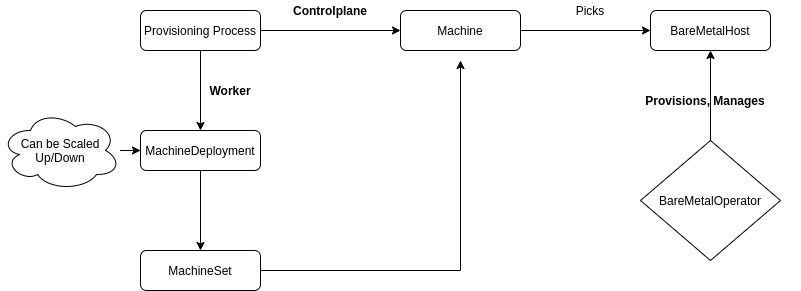
Earlier version of the draw.io export assets/2020-05-30-Metal3-Cluster-Deployment/metal3-bmetal-arch-overview.png (hroyrh/metal3-io.github.io). Source tidied: cells renumbered, new cells last; positions are measured from the earlier drawing's top-left corner, leaving out a move shared by most shapes.
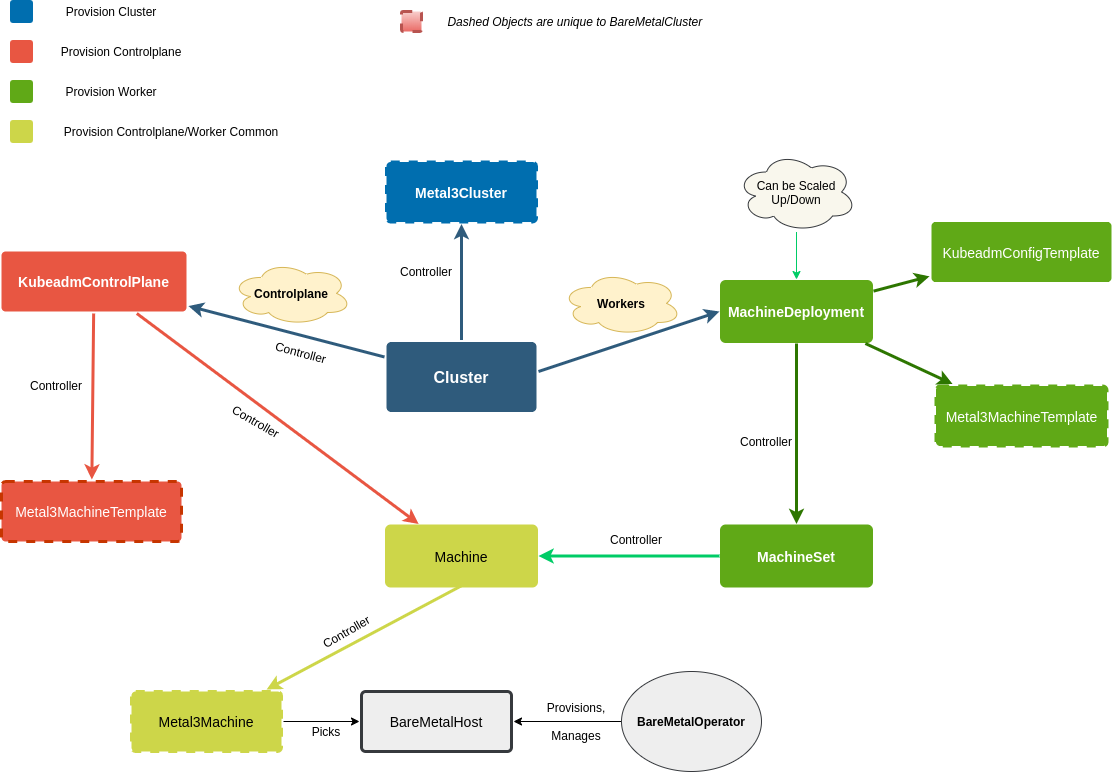
After the change.

What changed in the source:
```diff
@@ -1,62 +1,151 @@
-<mxGraphModel>
+<mxGraphModel background="#ffffff">
   <root>
-    <mxCell id="0" />
-    <mxCell id="1" parent="0" />
-    <mxCell id="2" style="edgeStyle=orthogonalEdgeStyle;rounded=0;jettySize=auto;html=1;" parent="1" edge="1" source="4" target="10">
-      <mxGeometry relative="1" as="geometry" />
-    </mxCell>
-    <mxCell id="3" style="edgeStyle=orthogonalEdgeStyle;rounded=0;jettySize=auto;html=1;" parent="1" edge="1" source="4" target="6">
-      <mxGeometry relative="1" as="geometry" />
-    </mxCell>
-    <mxCell id="4" value="Provisioning Process" style="rounded=1;whiteSpace=wrap;html=1;fontSize=12;glass=0;strokeWidth=1;shadow=0;" parent="1" vertex="1">
-      <mxGeometry x="140" y="10" width="120" height="40" as="geometry" />
-    </mxCell>
+    <mxCell id="20" />
+    <mxCell id="21" parent="20" />
+    <mxCell id="22" style="edgeStyle=none;rounded=0;jumpStyle=none;html=1;shadow=0;labelBackgroundColor=none;startArrow=none;startFill=0;endArrow=classic;endFill=1;jettySize=auto;strokeColor=#2F5B7C;strokeWidth=3;fontFamily=Helvetica;fontSize=16;fontColor=#23445D;spacing=5;" parent="21" edge="1" source="25" target="32">
+      <mxGeometry relative="1" as="geometry" />
+    </mxCell>
+    <mxCell id="23" style="edgeStyle=none;rounded=0;jumpStyle=none;html=1;shadow=0;labelBackgroundColor=none;startArrow=none;startFill=0;endArrow=classic;endFill=1;jettySize=auto;strokeColor=#2F5B7C;strokeWidth=3;fontFamily=Helvetica;fontSize=16;fontColor=#23445D;spacing=5;entryX=0;entryY=0.5;entryDx=0;entryDy=0;" parent="21" edge="1" target="6">
+      <mxGeometry relative="1" as="geometry">
+        <mxPoint x="627" y="340" as="sourcePoint" />
+      </mxGeometry>
+    </mxCell>
+    <mxCell id="24" style="edgeStyle=none;rounded=0;jumpStyle=none;html=1;shadow=0;labelBackgroundColor=none;startArrow=none;startFill=0;endArrow=classic;endFill=1;jettySize=auto;strokeColor=#2F5B7C;strokeWidth=3;fontFamily=Helvetica;fontSize=16;fontColor=#23445D;spacing=5;" parent="21" edge="1" source="25" target="28">
+      <mxGeometry relative="1" as="geometry" />
+    </mxCell>
+    <mxCell id="25" value="Cluster" style="rounded=1;whiteSpace=wrap;html=1;shadow=0;labelBackgroundColor=none;strokeColor=none;strokeWidth=3;fillColor=#2F5B7C;fontFamily=Helvetica;fontSize=16;fontColor=#FFFFFF;align=center;fontStyle=1;spacing=5;arcSize=7;perimeterSpacing=2;rotation=0;" parent="21" vertex="1">
+      <mxGeometry x="475" y="310.5" width="150" height="70" as="geometry" />
+    </mxCell>
+    <mxCell id="26" style="edgeStyle=none;rounded=1;jumpStyle=none;html=1;shadow=0;labelBackgroundColor=none;startArrow=none;startFill=0;jettySize=auto;strokeColor=#E85642;strokeWidth=3;fontFamily=Helvetica;fontSize=14;fontColor=#FFFFFF;spacing=5;fontStyle=1;fillColor=#b0e3e6;" parent="21" edge="1" source="28" target="31">
+      <mxGeometry relative="1" as="geometry" />
+    </mxCell>
+    <mxCell id="27" style="edgeStyle=none;rounded=1;jumpStyle=none;html=1;shadow=0;labelBackgroundColor=none;startArrow=none;startFill=0;jettySize=auto;strokeColor=#E85642;strokeWidth=3;fontFamily=Helvetica;fontSize=14;fontColor=#FFFFFF;spacing=5;fontStyle=1;fillColor=#b0e3e6;" parent="21" edge="1" source="28" target="10">
+      <mxGeometry relative="1" as="geometry" />
+    </mxCell>
+    <mxCell id="28" value="KubeadmControlPlane" style="rounded=1;whiteSpace=wrap;html=1;shadow=0;labelBackgroundColor=none;strokeColor=none;strokeWidth=3;fillColor=#E85642;fontFamily=Helvetica;fontSize=14;fontColor=#FFFFFF;align=center;spacing=5;fontStyle=1;arcSize=7;perimeterSpacing=2;" parent="21" vertex="1">
+      <mxGeometry x="90" y="220" width="185" height="60" as="geometry" />
+    </mxCell>
+    <mxCell id="29" style="edgeStyle=orthogonalEdgeStyle;rounded=0;jettySize=auto;html=1;" parent="21" edge="1" source="30" target="11">
+      <mxGeometry relative="1" as="geometry" />
+    </mxCell>
+    <mxCell id="30" value="Metal3Machine" style="rounded=1;whiteSpace=wrap;html=1;shadow=0;labelBackgroundColor=none;strokeColor=#CDD649;strokeWidth=3;fillColor=#CDD649;fontFamily=Helvetica;fontSize=14;align=center;spacing=5;fontStyle=0;arcSize=7;perimeterSpacing=2;dashed=1;" parent="21" vertex="1">
+      <mxGeometry x="220" y="660" width="150" height="60" as="geometry" />
+    </mxCell>
+    <mxCell id="11" value="BareMetalHost" style="rounded=1;whiteSpace=wrap;html=1;shadow=0;labelBackgroundColor=none;strokeWidth=3;fontFamily=Helvetica;fontSize=14;align=center;spacing=5;fontStyle=0;arcSize=7;perimeterSpacing=2;fillColor=#eeeeee;strokeColor=#36393d;" parent="21" vertex="1">
+      <mxGeometry x="450" y="660" width="150" height="60" as="geometry" />
+    </mxCell>
+    <mxCell id="31" value="Metal3MachineTemplate" style="rounded=1;whiteSpace=wrap;html=1;shadow=0;labelBackgroundColor=none;strokeColor=#C73500;strokeWidth=3;fillColor=#E85642;fontFamily=Helvetica;fontSize=14;fontColor=#ffffff;align=center;spacing=5;fontStyle=0;arcSize=7;perimeterSpacing=2;dashed=1;" parent="21" vertex="1">
+      <mxGeometry x="90" y="450" width="180" height="60" as="geometry" />
+    </mxCell>
+    <mxCell id="32" value="Metal3Cluster" style="rounded=1;whiteSpace=wrap;html=1;shadow=0;labelBackgroundColor=none;strokeColor=#006EAF;strokeWidth=3;fillColor=#006EAF;fontFamily=Helvetica;fontSize=14;fontColor=#ffffff;align=center;spacing=5;fontStyle=1;arcSize=7;perimeterSpacing=2;dashed=1;" parent="21" vertex="1">
+      <mxGeometry x="475" y="130.5" width="150" height="60" as="geometry" />
+    </mxCell>
+    <mxCell id="33" style="rounded=1;whiteSpace=wrap;html=1;shadow=0;labelBackgroundColor=none;strokeColor=#006EAF;strokeWidth=3;fillColor=#006EAF;fontFamily=Helvetica;fontSize=14;fontColor=#ffffff;align=center;spacing=5;fontStyle=1;arcSize=7;perimeterSpacing=2;" parent="21" vertex="1">
+      <mxGeometry x="100" y="-30" width="20" height="20" as="geometry" />
+    </mxCell>
+    <mxCell id="6" value="MachineDeployment" style="rounded=1;whiteSpace=wrap;html=1;shadow=0;labelBackgroundColor=none;strokeColor=#60A917;strokeWidth=3;fillColor=#60A917;fontFamily=Helvetica;fontSize=14;fontColor=#ffffff;align=center;spacing=5;fontStyle=1;arcSize=7;perimeterSpacing=2;" parent="21" vertex="1">
+      <mxGeometry x="810" y="250" width="150" height="60" as="geometry" />
+    </mxCell>
+    <mxCell id="34" style="rounded=1;whiteSpace=wrap;html=1;shadow=0;labelBackgroundColor=none;strokeColor=#60A917;strokeWidth=3;fillColor=#60A917;fontFamily=Helvetica;fontSize=14;fontColor=#ffffff;align=center;spacing=5;fontStyle=1;arcSize=7;perimeterSpacing=2;" parent="21" vertex="1">
+      <mxGeometry x="100" y="50" width="20" height="20" as="geometry" />
+    </mxCell>
+    <mxCell id="8" value="&lt;font color=&quot;#ffffff&quot;&gt;&lt;b&gt;MachineSet&lt;/b&gt;&lt;/font&gt;" style="rounded=1;whiteSpace=wrap;html=1;shadow=0;labelBackgroundColor=none;strokeColor=#60A917;strokeWidth=3;fillColor=#60A917;fontFamily=Helvetica;fontSize=14;align=center;spacing=5;fontStyle=0;arcSize=7;perimeterSpacing=2;" parent="21" vertex="1">
+      <mxGeometry x="810" y="494.5" width="150" height="60" as="geometry" />
+    </mxCell>
+    <mxCell id="10" value="Machine" style="rounded=1;whiteSpace=wrap;html=1;shadow=0;labelBackgroundColor=none;strokeColor=#CDD649;strokeWidth=3;fillColor=#CDD649;fontFamily=Helvetica;fontSize=14;align=center;spacing=5;fontStyle=0;arcSize=7;perimeterSpacing=2;" parent="21" vertex="1">
+      <mxGeometry x="475" y="494.5" width="150" height="60" as="geometry" />
+    </mxCell>
-    <mxCell id="5" style="edgeStyle=orthogonalEdgeStyle;rounded=0;jettySize=auto;html=1;" parent="1" edge="1" source="6" target="8">
+    <mxCell id="5" style="edgeStyle=none;rounded=1;jumpStyle=none;html=1;shadow=0;labelBackgroundColor=none;startArrow=none;startFill=0;jettySize=auto;strokeColor=#2D7600;strokeWidth=3;fontFamily=Helvetica;fontSize=14;fontColor=#FFFFFF;spacing=5;fontStyle=1;fillColor=#60a917;" parent="21" edge="1" source="6" target="8">
       <mxGeometry relative="1" as="geometry" />
     </mxCell>
-    <mxCell id="6" value="MachineDeployment" style="rounded=1;whiteSpace=wrap;html=1;fontSize=12;glass=0;strokeWidth=1;shadow=0;" parent="1" vertex="1">
-      <mxGeometry x="140" y="130" width="120" height="40" as="geometry" />
-    </mxCell>
-    <mxCell id="7" style="edgeStyle=orthogonalEdgeStyle;rounded=0;jettySize=auto;html=1;" parent="1" edge="1" source="8">
-      <mxGeometry relative="1" as="geometry">
-        <mxPoint x="460" y="60" as="targetPoint" />
-      </mxGeometry>
-    </mxCell>
-    <mxCell id="8" value="MachineSet" style="rounded=1;whiteSpace=wrap;html=1;fontSize=12;glass=0;strokeWidth=1;shadow=0;" parent="1" vertex="1">
-      <mxGeometry x="140" y="250" width="120" height="40" as="geometry" />
-    </mxCell>
-    <mxCell id="9" style="edgeStyle=orthogonalEdgeStyle;rounded=0;jettySize=auto;html=1;" parent="1" edge="1" source="10" target="11">
-      <mxGeometry relative="1" as="geometry" />
-    </mxCell>
-    <mxCell id="10" value="Machine" style="rounded=1;whiteSpace=wrap;html=1;fontSize=12;glass=0;strokeWidth=1;shadow=0;" parent="1" vertex="1">
-      <mxGeometry x="400" y="10" width="120" height="40" as="geometry" />
-    </mxCell>
-    <mxCell id="11" value="BareMetalHost" style="rounded=1;whiteSpace=wrap;html=1;fontSize=12;glass=0;strokeWidth=1;shadow=0;" parent="1" vertex="1">
-      <mxGeometry x="650" y="10" width="120" height="40" as="geometry" />
-    </mxCell>
+    <mxCell id="35" value="Metal3MachineTemplate" style="rounded=1;whiteSpace=wrap;html=1;shadow=0;labelBackgroundColor=none;strokeColor=#60A917;strokeWidth=3;fillColor=#60A917;fontFamily=Helvetica;fontSize=14;fontColor=#FFFFFF;align=center;spacing=5;fontStyle=0;arcSize=7;perimeterSpacing=2;dashed=1;" parent="21" vertex="1">
+      <mxGeometry x="1024.5" y="354.5" width="171" height="60" as="geometry" />
+    </mxCell>
+    <mxCell id="36" style="edgeStyle=none;rounded=1;jumpStyle=none;html=1;shadow=0;labelBackgroundColor=none;startArrow=none;startFill=0;jettySize=auto;strokeColor=#2D7600;strokeWidth=3;fontFamily=Helvetica;fontSize=14;fontColor=#FFFFFF;spacing=5;fontStyle=1;fillColor=#60a917;" parent="21" edge="1" source="6" target="35">
+      <mxGeometry relative="1" as="geometry" />
+    </mxCell>
+    <mxCell id="37" value="KubeadmConfigTemplate" style="rounded=1;whiteSpace=wrap;html=1;shadow=0;labelBackgroundColor=none;strokeColor=none;strokeWidth=3;fillColor=#60A917;fontFamily=Helvetica;fontSize=14;fontColor=#FFFFFF;align=center;spacing=5;fontStyle=0;arcSize=7;perimeterSpacing=2;" parent="21" vertex="1">
+      <mxGeometry x="1020" y="190.5" width="180" height="60" as="geometry" />
+    </mxCell>
+    <mxCell id="38" style="edgeStyle=none;rounded=1;jumpStyle=none;html=1;shadow=0;labelBackgroundColor=none;startArrow=none;startFill=0;jettySize=auto;strokeColor=#2D7600;strokeWidth=3;fontFamily=Helvetica;fontSize=14;fontColor=#FFFFFF;spacing=5;fontStyle=1;fillColor=#60a917;" parent="21" edge="1" source="6" target="37">
+      <mxGeometry relative="1" as="geometry" />
+    </mxCell>
+    <mxCell id="39" value="Controller" style="text;html=1;strokeColor=none;fillColor=none;align=center;verticalAlign=middle;whiteSpace=wrap;rounded=0;rotation=15;" parent="21" vertex="1">
+      <mxGeometry x="345" y="310.5" width="90" height="20" as="geometry" />
+    </mxCell>
+    <mxCell id="40" value="Controller" style="text;html=1;strokeColor=none;fillColor=none;align=center;verticalAlign=middle;whiteSpace=wrap;rounded=0;" parent="21" vertex="1">
+      <mxGeometry x="470" y="230" width="90" height="20" as="geometry" />
+    </mxCell>
+    <mxCell id="41" value="Controller" style="text;html=1;strokeColor=none;fillColor=none;align=center;verticalAlign=middle;whiteSpace=wrap;rounded=0;" parent="21" vertex="1">
+      <mxGeometry x="810" y="400" width="90" height="20" as="geometry" />
+    </mxCell>
+    <mxCell id="42" style="edgeStyle=none;rounded=1;jumpStyle=none;html=1;shadow=0;labelBackgroundColor=none;startArrow=none;startFill=0;jettySize=auto;strokeColor=#00CC66;strokeWidth=3;fontFamily=Helvetica;fontSize=14;fontColor=#FFFFFF;spacing=5;fontStyle=1;fillColor=#f9f7ed;exitX=0;exitY=0.5;exitDx=0;exitDy=0;entryX=1;entryY=0.5;entryDx=0;entryDy=0;" parent="21" edge="1" source="8" target="10">
+      <mxGeometry relative="1" as="geometry" />
+    </mxCell>
+    <mxCell id="43" value="Controller" style="text;html=1;strokeColor=none;fillColor=none;align=center;verticalAlign=middle;whiteSpace=wrap;rounded=0;" parent="21" vertex="1">
+      <mxGeometry x="680" y="498" width="90" height="20" as="geometry" />
+    </mxCell>
+    <mxCell id="44" value="Controller" style="text;html=1;strokeColor=none;fillColor=none;align=center;verticalAlign=middle;whiteSpace=wrap;rounded=0;rotation=-30;" parent="21" vertex="1">
+      <mxGeometry x="390" y="590" width="90" height="20" as="geometry" />
+    </mxCell>
+    <mxCell id="45" value="Controller" style="text;html=1;strokeColor=none;fillColor=none;align=center;verticalAlign=middle;whiteSpace=wrap;rounded=0;" parent="21" vertex="1">
+      <mxGeometry x="100" y="344" width="90" height="20" as="geometry" />
+    </mxCell>
+    <mxCell id="46" style="edgeStyle=none;rounded=1;jumpStyle=none;html=1;shadow=0;labelBackgroundColor=none;startArrow=none;startFill=0;jettySize=auto;strokeColor=#CDD649;strokeWidth=3;fontFamily=Helvetica;fontSize=14;fontColor=#FFFFFF;spacing=5;fontStyle=1;fillColor=#b0e3e6;" parent="21" edge="1" target="30">
+      <mxGeometry relative="1" as="geometry">
+        <mxPoint x="549.5" y="554.5" as="sourcePoint" />
+      </mxGeometry>
+    </mxCell>
-    <mxCell id="12" value="&lt;b&gt;Controlplane&lt;/b&gt;" style="text;html=1;strokeColor=none;fillColor=none;align=center;verticalAlign=middle;whiteSpace=wrap;rounded=0;" parent="1" vertex="1">
-      <mxGeometry x="310" width="40" height="20" as="geometry" />
+    <mxCell id="12" value="&lt;b&gt;Controlplane&lt;/b&gt;" style="ellipse;shape=cloud;whiteSpace=wrap;html=1;fillColor=#fff2cc;strokeColor=#d6b656;" parent="21" vertex="1">
+      <mxGeometry x="320" y="230" width="120" height="63.8" as="geometry" />
     </mxCell>
-    <mxCell id="13" value="&lt;b&gt;Worker&lt;br&gt;&lt;/b&gt;" style="text;html=1;strokeColor=none;fillColor=none;align=center;verticalAlign=middle;whiteSpace=wrap;rounded=0;" parent="1" vertex="1">
-      <mxGeometry x="210" y="80" width="40" height="20" as="geometry" />
-    </mxCell>
+    <mxCell id="47" value="&lt;b&gt;Workers&lt;br&gt;&lt;/b&gt;" style="ellipse;shape=cloud;whiteSpace=wrap;html=1;fillColor=#fff2cc;strokeColor=#d6b656;" parent="21" vertex="1">
+      <mxGeometry x="650" y="240" width="120" height="63.8" as="geometry" />
+    </mxCell>
-    <mxCell id="14" style="edgeStyle=orthogonalEdgeStyle;rounded=0;jettySize=auto;html=1;" parent="1" edge="1" source="15" target="11">
+    <mxCell id="14" style="edgeStyle=orthogonalEdgeStyle;rounded=0;jettySize=auto;html=1;entryX=1;entryY=0.5;entryDx=0;entryDy=0;" parent="21" edge="1" source="15" target="11">
       <mxGeometry relative="1" as="geometry" />
     </mxCell>
-    <mxCell id="15" value="BareMetalOperator" style="rhombus;whiteSpace=wrap;html=1;" parent="1" vertex="1">
-      <mxGeometry x="640" y="140" width="140" height="120" as="geometry" />
+    <mxCell id="15" value="&lt;b&gt;BareMetalOperator&lt;/b&gt;" style="ellipse;whiteSpace=wrap;html=1;shadow=0;glass=0;comic=0;fillColor=#eeeeee;strokeColor=#36393d;" parent="21" vertex="1">
+      <mxGeometry x="710" y="640" width="140" height="100" as="geometry" />
     </mxCell>
+    <mxCell id="19" value="Picks" style="text;html=1;strokeColor=none;fillColor=none;align=center;verticalAlign=middle;whiteSpace=wrap;rounded=0;" parent="21" vertex="1">
+      <mxGeometry x="370" y="690" width="90" height="20" as="geometry" />
+    </mxCell>
-    <mxCell id="16" value="&lt;b&gt;Provisions, Manages&lt;br&gt;&lt;/b&gt;" style="text;html=1;strokeColor=none;fillColor=none;align=center;verticalAlign=middle;whiteSpace=wrap;rounded=0;" parent="1" vertex="1">
-      <mxGeometry x="610" y="90" width="190" height="20" as="geometry" />
+    <mxCell id="16" value="Provisions,&lt;br&gt;&lt;br&gt;Manages" style="text;html=1;strokeColor=none;fillColor=none;align=center;verticalAlign=middle;whiteSpace=wrap;rounded=0;" parent="21" vertex="1">
+      <mxGeometry x="620" y="675" width="90" height="30" as="geometry" />
     </mxCell>
-    <mxCell id="17" style="edgeStyle=orthogonalEdgeStyle;rounded=0;jettySize=auto;html=1;" parent="1" edge="1" source="18" target="6">
+    <mxCell id="17" style="edgeStyle=orthogonalEdgeStyle;rounded=0;jettySize=auto;html=1;strokeColor=#00CC66;" parent="21" edge="1" source="18" target="6">
       <mxGeometry relative="1" as="geometry" />
     </mxCell>
-    <mxCell id="18" value="&lt;meta http-equiv=&quot;content-type&quot; content=&quot;text/html; charset=utf-8&quot;&gt;&lt;span style=&quot;color: rgb(0, 0, 0); font-family: Helvetica; font-size: 12px; font-style: normal; font-variant-ligatures: normal; font-variant-caps: normal; font-weight: 400; letter-spacing: normal; orphans: 2; text-align: center; text-indent: 0px; text-transform: none; widows: 2; word-spacing: 0px; -webkit-text-stroke-width: 0px; background-color: rgb(248, 249, 250); text-decoration-style: initial; text-decoration-color: initial; float: none; display: inline !important;&quot;&gt;Can be Scaled Up/Down&lt;/span&gt;" style="ellipse;shape=cloud;whiteSpace=wrap;html=1;" parent="1" vertex="1">
-      <mxGeometry y="110" width="120" height="80" as="geometry" />
+    <mxCell id="18" value="Can be Scaled Up/Down" style="ellipse;shape=cloud;whiteSpace=wrap;html=1;shadow=0;glass=0;comic=0;strokeColor=#36393d;fillColor=#f9f7ed;" parent="21" vertex="1">
+      <mxGeometry x="825" y="120.5" width="120" height="80" as="geometry" />
     </mxCell>
-    <mxCell id="19" value="Picks" style="text;html=1;strokeColor=none;fillColor=none;align=center;verticalAlign=middle;whiteSpace=wrap;rounded=0;" parent="1" vertex="1">
-      <mxGeometry x="570" width="40" height="20" as="geometry" />
-    </mxCell>
+    <mxCell id="48" style="rounded=1;whiteSpace=wrap;html=1;shadow=0;labelBackgroundColor=none;strokeColor=#E85642;strokeWidth=3;fillColor=#E85642;fontFamily=Helvetica;fontSize=14;fontColor=#ffffff;align=center;spacing=5;fontStyle=1;arcSize=7;perimeterSpacing=2;" parent="21" vertex="1">
+      <mxGeometry x="100" y="10" width="20" height="20" as="geometry" />
+    </mxCell>
+    <mxCell id="49" style="rounded=1;whiteSpace=wrap;html=1;shadow=0;labelBackgroundColor=none;strokeColor=#CDD649;strokeWidth=3;fillColor=#CDD649;fontFamily=Helvetica;fontSize=14;fontColor=#ffffff;align=center;spacing=5;fontStyle=1;arcSize=7;perimeterSpacing=2;" parent="21" vertex="1">
+      <mxGeometry x="100" y="90" width="20" height="20" as="geometry" />
+    </mxCell>
+    <mxCell id="50" style="rounded=1;whiteSpace=wrap;html=1;shadow=0;labelBackgroundColor=none;strokeWidth=3;fontFamily=Helvetica;fontSize=14;align=center;spacing=5;fontStyle=1;arcSize=9;perimeterSpacing=2;dashed=1;fillColor=#f8cecc;strokeColor=#b85450;gradientColor=#ea6b66;" parent="21" vertex="1">
+      <mxGeometry x="490" y="-20" width="20" height="20" as="geometry" />
+    </mxCell>
+    <mxCell id="51" value="Provision Cluster" style="text;html=1;strokeColor=none;fillColor=none;align=center;verticalAlign=middle;whiteSpace=wrap;rounded=0;shadow=0;glass=0;comic=0;" parent="21" vertex="1">
+      <mxGeometry x="130" y="-30" width="140" height="20" as="geometry" />
+    </mxCell>
+    <mxCell id="52" value="Provision Controlplane" style="text;html=1;strokeColor=none;fillColor=none;align=center;verticalAlign=middle;whiteSpace=wrap;rounded=0;shadow=0;glass=0;comic=0;" parent="21" vertex="1">
+      <mxGeometry x="140" y="10" width="140" height="20" as="geometry" />
+    </mxCell>
+    <mxCell id="53" value="Provision Worker" style="text;html=1;strokeColor=none;fillColor=none;align=center;verticalAlign=middle;whiteSpace=wrap;rounded=0;shadow=0;glass=0;comic=0;" parent="21" vertex="1">
+      <mxGeometry x="130" y="50" width="140" height="20" as="geometry" />
+    </mxCell>
+    <mxCell id="54" value="Provision Controlplane/Worker Common" style="text;html=1;strokeColor=none;fillColor=none;align=center;verticalAlign=middle;whiteSpace=wrap;rounded=0;shadow=0;glass=0;comic=0;" parent="21" vertex="1">
+      <mxGeometry x="140" y="90" width="240" height="20" as="geometry" />
+    </mxCell>
+    <mxCell id="55" value="Dashed Objects are unique to BareMetalCluster&amp;nbsp;" style="text;html=1;align=center;verticalAlign=middle;fontStyle=2;" parent="21" vertex="1">
+      <mxGeometry x="530" y="-20" width="270" height="20" as="geometry" />
+    </mxCell>
+    <mxCell id="56" value="Controller" style="text;html=1;strokeColor=none;fillColor=none;align=center;verticalAlign=middle;whiteSpace=wrap;rounded=0;rotation=30;" parent="21" vertex="1">
+      <mxGeometry x="300" y="380" width="90" height="20" as="geometry" />
+    </mxCell>
   </root>
 </mxGraphModel>
```
